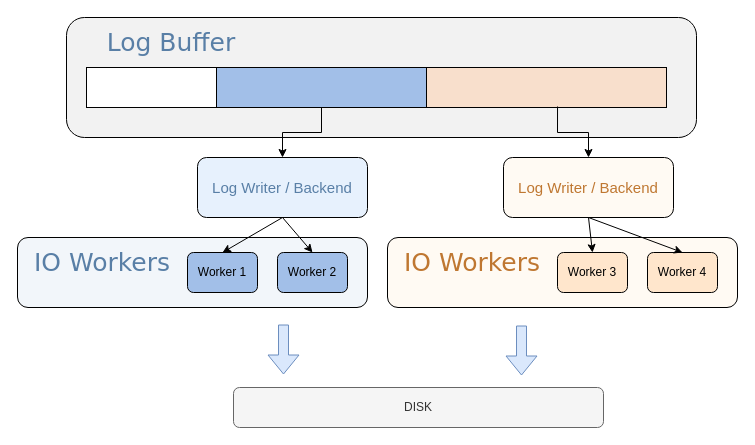
Earlier version of the draw.io diagram page "第 2 页" (2 of 4) of PG-AIO调度逻辑.drawio (QuincyXiang/MarkdownImages). Source tidied: cells renumbered, new cells numbered last; positions are measured from the earlier drawing's top-left corner, leaving out a move shared by most shapes. Both pictures are drawn from the tidied source at 100%, with x=0, y=0 at pixel (17, 17).
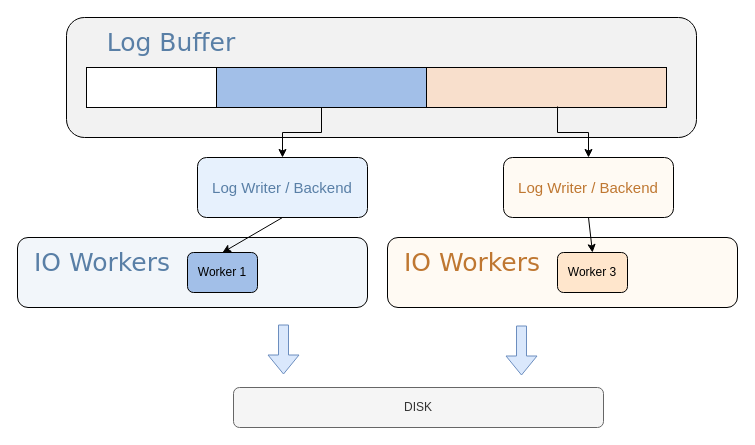
Above is the later version.

Unchanged cells that the change refers to:
```xml
<mxCell id="6" value="&lt;span style=&quot;color: light-dark(rgb(89, 127, 166), rgb(237, 237, 237));&quot;&gt;&lt;font style=&quot;font-size: 15px;&quot;&gt;Log Writer / Backend&lt;/font&gt;&lt;/span&gt;" style="rounded=1;whiteSpace=wrap;html=1;fontFamily=Helvetica;fontSize=12;fontColor=default;fontStyle=0;align=center;verticalAlign=middle;fillColor=light-dark(#e7f1fd, #ededed);" parent="1" vertex="1">
  <mxGeometry x="180" y="140" width="170" height="60" as="geometry" />
</mxCell>
<mxCell id="21" value="&lt;font style=&quot;font-size: 15px; color: light-dark(rgb(191, 119, 49), rgb(237, 237, 237));&quot;&gt;Log Writer / Backend&lt;/font&gt;" style="rounded=1;whiteSpace=wrap;html=1;fontFamily=Helvetica;fontSize=12;fontColor=default;fontStyle=0;align=center;verticalAlign=middle;fillColor=light-dark(#fffaf3, #ededed);" parent="1" vertex="1">
  <mxGeometry x="486" y="140" width="170" height="60" as="geometry" />
</mxCell>
```

Change to the diagram source:
```diff
@@
-    <mxCell id="10" value="Worker 2" style="rounded=1;whiteSpace=wrap;html=1;fillColor=light-dark(#a2bfe8, #ededed);" parent="1" vertex="1">
-      <mxGeometry x="260" y="235" width="70" height="40" as="geometry" />
-    </mxCell>
@@
-    <mxCell id="20" value="Worker 4" style="rounded=1;whiteSpace=wrap;html=1;fillColor=light-dark(#ffe6cc, #ededed);" parent="1" vertex="1">
-      <mxGeometry x="630" y="235" width="70" height="40" as="geometry" />
-    </mxCell>
@@
-    <mxCell id="23" style="endArrow=classic;html=1;rounded=0;exitX=0.5;exitY=1;exitDx=0;exitDy=0;entryX=0.5;entryY=0;entryDx=0;entryDy=0;" parent="1" edge="1" source="6" target="10">
-      <mxGeometry relative="1" as="geometry" />
-    </mxCell>
@@
-    <mxCell id="25" style="endArrow=classic;html=1;rounded=0;exitX=0.5;exitY=1;exitDx=0;exitDy=0;entryX=0.5;entryY=0;entryDx=0;entryDy=0;" parent="1" edge="1" source="21" target="20">
-      <mxGeometry relative="1" as="geometry" />
-    </mxCell>
```
